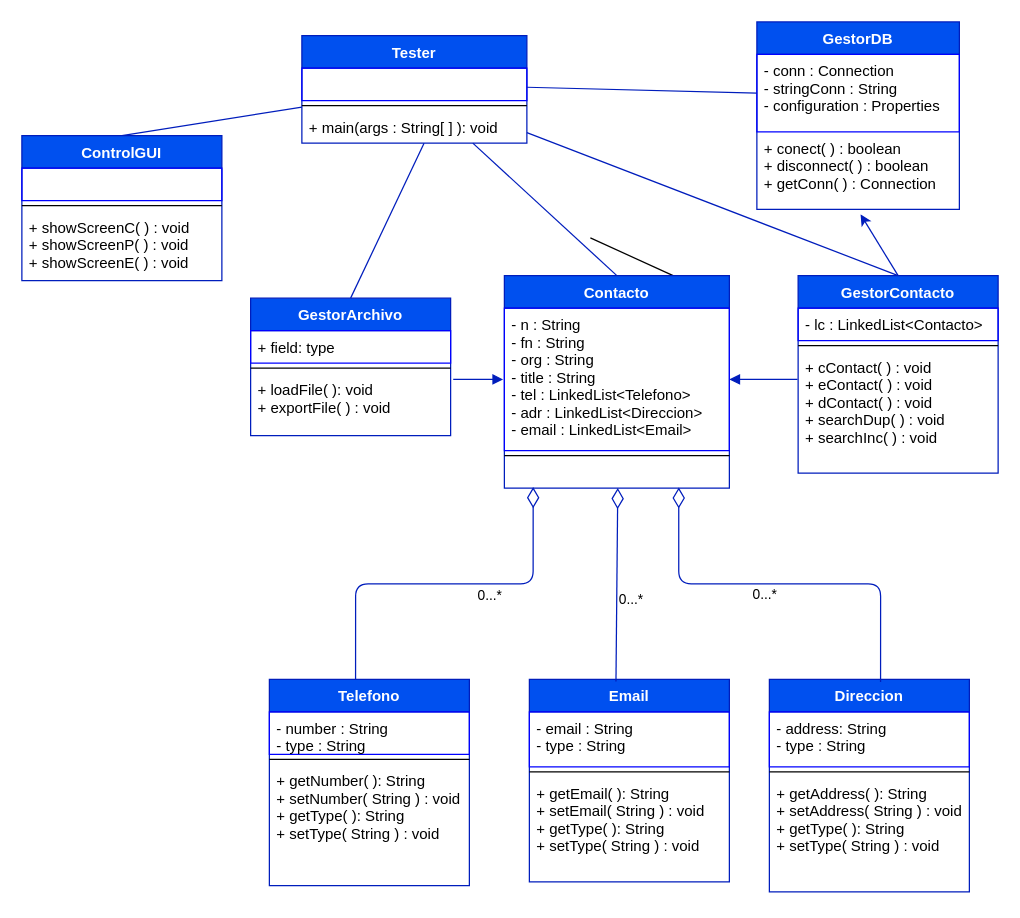
This is diagramas/DiagramaDeClases.drawio from JuanCarlosGarciaZepeda/SmartScheduler, a draw.io file, before an edit. Source tidied: cells renumbered, new cells numbered last; positions are measured from the earlier drawing's top-left corner, leaving out a move shared by most shapes. Both pictures are drawn from the tidied source at 125%, with x=0, y=0 at pixel (21, 21).
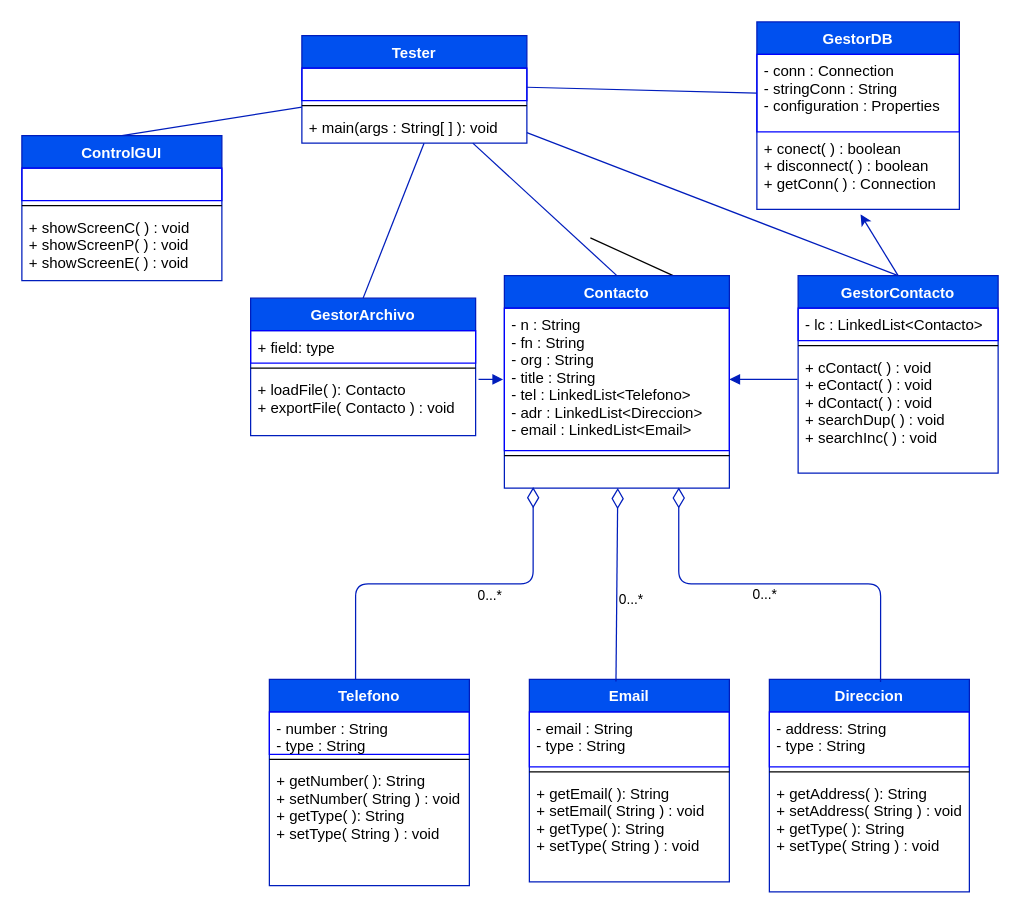
The same diagram, later.

Change to the diagram source:
```diff
@@
     <mxCell id="19" value="GestorArchivo" style="swimlane;fontStyle=1;align=center;verticalAlign=top;horizontal=1;startSize=26;fontColor=#ffffff;fillColor=#0050ef;strokeColor=#001DBC;" parent="1" vertex="1">
-      <mxGeometry x="183" y="221" width="160" height="110" as="geometry" />
+      <mxGeometry x="183" y="221" width="180" height="110" as="geometry" />
     </mxCell>
     <mxCell id="20" value="+ field: type" style="text;fillColor=none;align=left;verticalAlign=top;spacingLeft=4;spacingRight=4;overflow=hidden;fontColor=#000000;strokeColor=#0000FF;" parent="19" vertex="1">
-      <mxGeometry y="26" width="160" height="26" as="geometry" />
+      <mxGeometry y="26" width="180" height="26" as="geometry" />
     </mxCell>
     <mxCell id="21" style="line;strokeWidth=1;fillColor=none;align=left;verticalAlign=middle;spacingTop=-1;spacingLeft=3;spacingRight=3;labelPosition=right;fontColor=#000000;" parent="19" vertex="1">
-      <mxGeometry y="52" width="160" height="8" as="geometry" />
+      <mxGeometry y="52" width="180" height="8" as="geometry" />
     </mxCell>
-    <mxCell id="22" value="+ loadFile( ): void&#10;+ exportFile( ) : void" style="text;strokeColor=none;fillColor=none;align=left;verticalAlign=top;spacingLeft=4;spacingRight=4;overflow=hidden;points=[[0,0.5],[1,0.5]];portConstraint=eastwest;fontColor=#000000;" parent="19" vertex="1">
-      <mxGeometry y="60" width="160" height="50" as="geometry" />
+    <mxCell id="22" value="+ loadFile( ): Contacto&#10;+ exportFile( Contacto ) : void" style="text;strokeColor=none;fillColor=none;align=left;verticalAlign=top;spacingLeft=4;spacingRight=4;overflow=hidden;points=[[0,0.5],[1,0.5]];portConstraint=eastwest;fontColor=#000000;" parent="19" vertex="1">
+      <mxGeometry y="60" width="180" height="50" as="geometry" />
     </mxCell>
```
